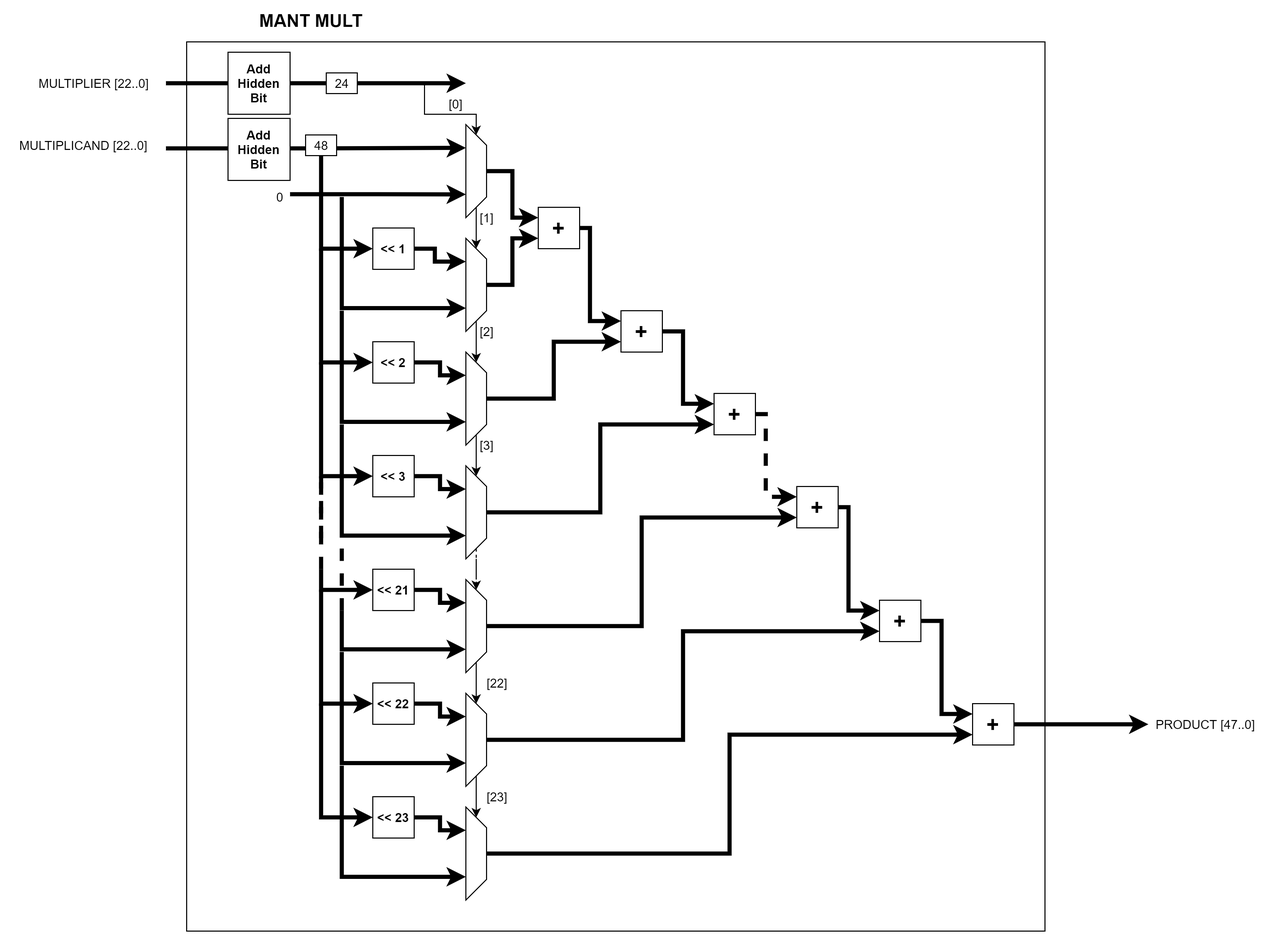
Earlier version of the draw.io export Diagrams/PNG_Format/FP_Unit/Floating-point-Mant_Multiplier.drawio.png (hohaicongthuan/Project-2). Source tidied: cells renumbered, new cells last; positions are measured from the earlier drawing's top-left corner, leaving out a move shared by most shapes.
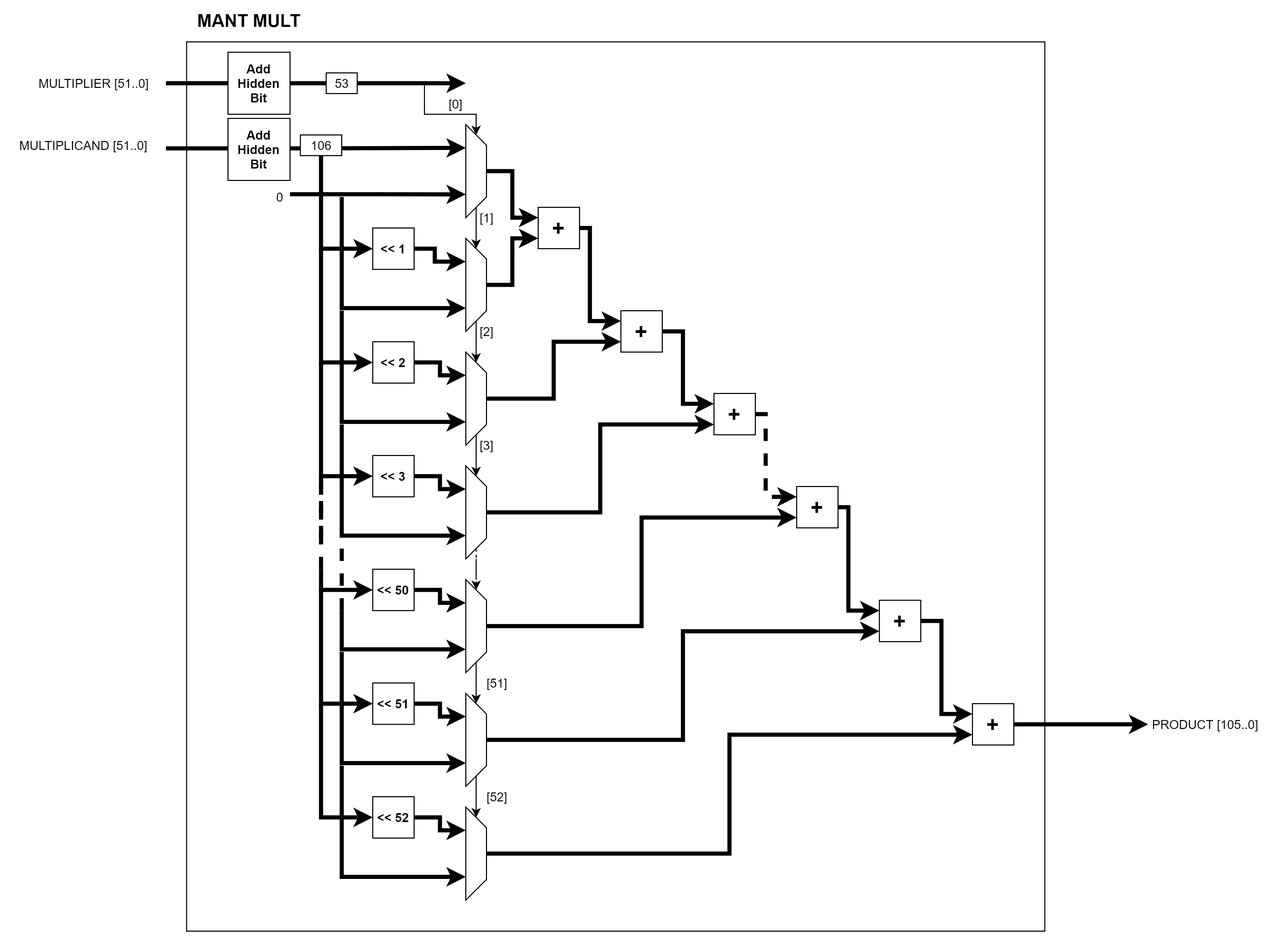
After the change.

Diff of the diagram source:
```diff
@@ -52,7 +52,7 @@
     <mxCell id="11" style="shape=trapezoid;perimeter=trapezoidPerimeter;whiteSpace=wrap;html=1;fixedSize=1;fillColor=#FFFFFF;direction=south;" parent="1" vertex="1">
       <mxGeometry x="440" y="110" width="20" height="90" as="geometry" />
     </mxCell>
-    <mxCell id="12" value="MULTIPLICAND [22..0]" style="text;html=1;align=center;verticalAlign=middle;strokeColor=none;fillColor=none;" parent="1" vertex="1">
+    <mxCell id="12" value="MULTIPLICAND [51..0]" style="text;html=1;align=center;verticalAlign=middle;strokeColor=none;fillColor=none;" parent="1" vertex="1">
       <mxGeometry y="120" width="140" height="20" as="geometry" />
     </mxCell>
     <mxCell id="13" value="0" style="text;html=1;align=center;verticalAlign=middle;strokeColor=none;fillColor=none;" parent="1" vertex="1">
@@ -198,7 +198,7 @@
         </Array>
       </mxGeometry>
     </mxCell>
-    <mxCell id="44" value="&lt;b&gt;&amp;lt;&amp;lt; 21&lt;/b&gt;" style="rounded=0;whiteSpace=wrap;html=1;fillColor=#FFFFFF;" parent="1" vertex="1">
+    <mxCell id="44" value="&lt;b&gt;&amp;lt;&amp;lt; 50&lt;/b&gt;" style="rounded=0;whiteSpace=wrap;html=1;fillColor=#FFFFFF;" parent="1" vertex="1">
       <mxGeometry x="350" y="540" width="40" height="40" as="geometry" />
     </mxCell>
     <mxCell id="45" style="edgeStyle=orthogonalEdgeStyle;rounded=0;jettySize=auto;html=1;exitX=1;exitY=0.5;exitDx=0;exitDy=0;entryX=0;entryY=0.25;entryDx=0;entryDy=0;strokeWidth=4;" parent="1" edge="1" source="46" target="55">
@@ -240,7 +240,7 @@
         </Array>
       </mxGeometry>
     </mxCell>
-    <mxCell id="53" value="&lt;b&gt;&amp;lt;&amp;lt; 22&lt;/b&gt;" style="rounded=0;whiteSpace=wrap;html=1;fillColor=#FFFFFF;" parent="1" vertex="1">
+    <mxCell id="53" value="&lt;b&gt;&amp;lt;&amp;lt; 51&lt;/b&gt;" style="rounded=0;whiteSpace=wrap;html=1;fillColor=#FFFFFF;" parent="1" vertex="1">
       <mxGeometry x="350" y="650" width="40" height="40" as="geometry" />
     </mxCell>
     <mxCell id="54" style="edgeStyle=orthogonalEdgeStyle;rounded=0;jettySize=auto;html=1;exitX=1;exitY=0.5;exitDx=0;exitDy=0;entryX=0;entryY=0.25;entryDx=0;entryDy=0;strokeWidth=4;" parent="1" edge="1" source="55" target="63">
@@ -265,7 +265,7 @@
         </Array>
       </mxGeometry>
     </mxCell>
-    <mxCell id="58" value="&lt;b&gt;&amp;lt;&amp;lt; 23&lt;/b&gt;" style="rounded=0;whiteSpace=wrap;html=1;fillColor=#FFFFFF;" parent="1" vertex="1">
+    <mxCell id="58" value="&lt;b&gt;&amp;lt;&amp;lt; 52&lt;/b&gt;" style="rounded=0;whiteSpace=wrap;html=1;fillColor=#FFFFFF;" parent="1" vertex="1">
       <mxGeometry x="350" y="760" width="40" height="40" as="geometry" />
     </mxCell>
     <mxCell id="59" style="edgeStyle=orthogonalEdgeStyle;rounded=0;jettySize=auto;html=1;exitX=0.75;exitY=1;exitDx=0;exitDy=0;strokeWidth=4;entryX=0.75;entryY=1;entryDx=0;entryDy=0;" parent="1" edge="1" target="61">
@@ -312,15 +312,15 @@
         <mxPoint x="320" y="510" as="targetPoint" />
       </mxGeometry>
     </mxCell>
-    <mxCell id="67" value="PRODUCT [47..0]" style="text;html=1;align=center;verticalAlign=middle;strokeColor=none;fillColor=none;" parent="1" vertex="1">
-      <mxGeometry x="1100" y="680" width="110" height="20" as="geometry" />
+    <mxCell id="67" value="PRODUCT [105..0]" style="text;html=1;align=center;verticalAlign=middle;strokeColor=none;fillColor=none;" parent="1" vertex="1">
+      <mxGeometry x="1095" y="680" width="120" height="20" as="geometry" />
     </mxCell>
     <mxCell id="68" style="endArrow=classic;html=1;rounded=0;strokeWidth=4;edgeStyle=orthogonalEdgeStyle;startArrow=none;" parent="1" edge="1" source="77">
       <mxGeometry relative="1" as="geometry">
         <mxPoint x="440" y="70" as="targetPoint" />
       </mxGeometry>
     </mxCell>
-    <mxCell id="69" value="MULTIPLIER [22..0]" style="text;html=1;align=center;verticalAlign=middle;strokeColor=none;fillColor=none;" parent="1" vertex="1">
+    <mxCell id="69" value="MULTIPLIER [51..0]" style="text;html=1;align=center;verticalAlign=middle;strokeColor=none;fillColor=none;" parent="1" vertex="1">
       <mxGeometry x="20" y="60" width="120" height="20" as="geometry" />
     </mxCell>
     <mxCell id="70" value="[0]" style="text;html=1;align=center;verticalAlign=middle;strokeColor=none;fillColor=none;" parent="1" vertex="1">
@@ -335,14 +335,14 @@
     <mxCell id="73" value="[3]" style="text;html=1;align=center;verticalAlign=middle;strokeColor=none;fillColor=none;" parent="1" vertex="1">
       <mxGeometry x="445" y="410" width="30" height="20" as="geometry" />
     </mxCell>
-    <mxCell id="74" value="[22]" style="text;html=1;align=center;verticalAlign=middle;strokeColor=none;fillColor=none;" parent="1" vertex="1">
+    <mxCell id="74" value="[51]" style="text;html=1;align=center;verticalAlign=middle;strokeColor=none;fillColor=none;" parent="1" vertex="1">
       <mxGeometry x="450" y="640" width="40" height="20" as="geometry" />
     </mxCell>
-    <mxCell id="75" value="[23]" style="text;html=1;align=center;verticalAlign=middle;strokeColor=none;fillColor=none;" parent="1" vertex="1">
+    <mxCell id="75" value="[52]" style="text;html=1;align=center;verticalAlign=middle;strokeColor=none;fillColor=none;" parent="1" vertex="1">
       <mxGeometry x="450" y="750" width="40" height="20" as="geometry" />
     </mxCell>
     <mxCell id="76" value="&lt;font style=&quot;font-size: 17px&quot;&gt;&lt;b&gt;MANT MULT&lt;/b&gt;&lt;/font&gt;" style="text;html=1;align=center;verticalAlign=middle;strokeColor=none;fillColor=none;" parent="1" vertex="1">
-      <mxGeometry x="230" width="120" height="20" as="geometry" />
+      <mxGeometry x="170" width="120" height="20" as="geometry" />
     </mxCell>
     <mxCell id="77" value="&lt;b&gt;Add Hidden Bit&lt;/b&gt;" style="whiteSpace=wrap;html=1;fillColor=#FFFFFF;" parent="1" vertex="1">
       <mxGeometry x="210" y="40" width="60" height="60" as="geometry" />
@@ -355,11 +355,11 @@
     <mxCell id="79" value="&lt;b&gt;Add Hidden Bit&lt;/b&gt;" style="whiteSpace=wrap;html=1;fillColor=#FFFFFF;" parent="1" vertex="1">
       <mxGeometry x="210" y="104" width="60" height="60" as="geometry" />
     </mxCell>
-    <mxCell id="80" value="24" style="text;html=1;align=center;verticalAlign=middle;strokeColor=default;fillColor=default;" parent="1" vertex="1">
+    <mxCell id="80" value="53" style="text;html=1;align=center;verticalAlign=middle;strokeColor=default;fillColor=default;" parent="1" vertex="1">
       <mxGeometry x="305" y="60" width="30" height="20" as="geometry" />
     </mxCell>
-    <mxCell id="81" value="48" style="text;html=1;align=center;verticalAlign=middle;strokeColor=default;fillColor=default;" parent="1" vertex="1">
-      <mxGeometry x="285" y="120" width="30" height="20" as="geometry" />
+    <mxCell id="81" value="106" style="text;html=1;align=center;verticalAlign=middle;strokeColor=default;fillColor=default;" parent="1" vertex="1">
+      <mxGeometry x="280" y="120" width="40" height="20" as="geometry" />
     </mxCell>
   </root>
 </mxGraphModel>
```
